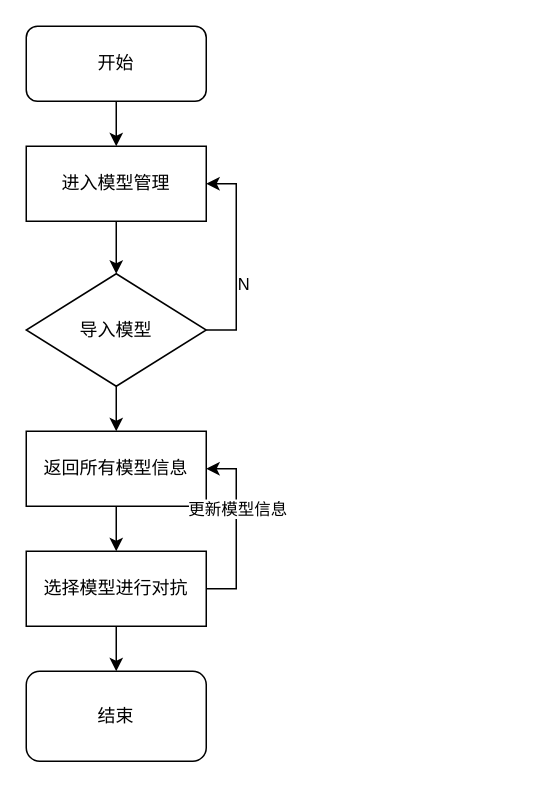
This is Copy of Copy of Untitled Diagram.drawio from goatbjh/draw.io.repos, a draw.io file, before an edit. Source tidied: cells renumbered, new cells numbered last; positions are measured from the earlier drawing's top-left corner, leaving out a move shared by most shapes. Both pictures are drawn from the tidied source at 150%, with x=0, y=0 at pixel (26, 26).
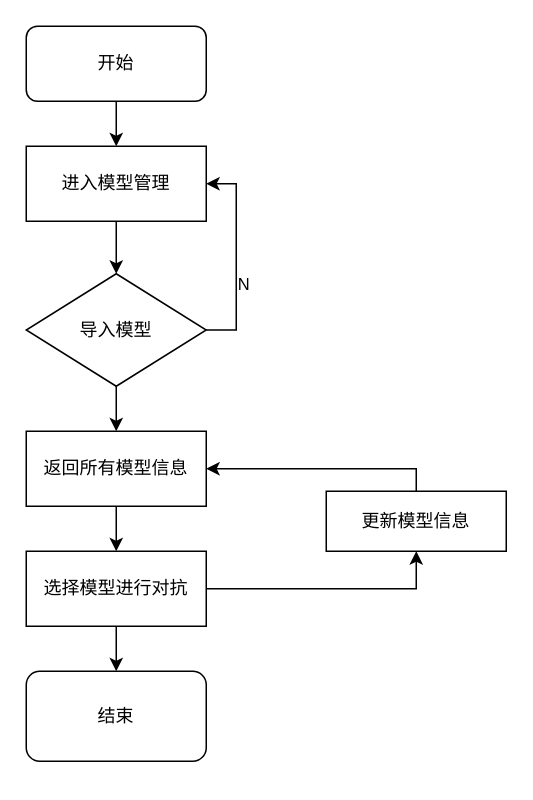
Above is the later version.

The change refers to these unchanged cells:
```xml
<mxCell id="7" value="返回所有模型信息" style="rounded=0;whiteSpace=wrap;html=1;" parent="1" vertex="1">
  <mxGeometry y="270" width="120" height="50" as="geometry" />
</mxCell>
<mxCell id="15" value="选择模型进行对抗" style="rounded=0;whiteSpace=wrap;html=1;" parent="1" vertex="1">
  <mxGeometry y="350" width="120" height="50" as="geometry" />
</mxCell>
```

Change to the diagram source:
```diff
@@
-    <mxCell id="12" style="edgeStyle=orthogonalEdgeStyle;rounded=0;jettySize=auto;html=1;exitX=1;exitY=0.5;exitDx=0;exitDy=0;entryX=1;entryY=0.5;entryDx=0;entryDy=0;" parent="1" edge="1" source="15" target="7">
-      <mxGeometry relative="1" as="geometry" />
-    </mxCell>
-    <mxCell id="13" value="更新模型信息" style="edgeLabel;html=1;align=center;verticalAlign=middle;points=[];" parent="12" vertex="1">
-      <mxGeometry x="0.23" relative="1" as="geometry" />
-    </mxCell>
@@
+    <mxCell id="18" style="edgeStyle=orthogonalEdgeStyle;rounded=0;jettySize=auto;html=1;exitX=1;exitY=0.5;exitDx=0;exitDy=0;entryX=0.5;entryY=1;entryDx=0;entryDy=0;" parent="1" edge="1" source="15" target="13">
+      <mxGeometry relative="1" as="geometry" />
+    </mxCell>
@@
+    <mxCell id="19" style="edgeStyle=orthogonalEdgeStyle;rounded=0;jettySize=auto;html=1;exitX=0.5;exitY=0;exitDx=0;exitDy=0;entryX=1;entryY=0.5;entryDx=0;entryDy=0;" parent="1" edge="1" source="13" target="7">
+      <mxGeometry relative="1" as="geometry">
+        <Array as="points">
+          <mxPoint x="260" y="295" />
+        </Array>
+      </mxGeometry>
+    </mxCell>
+    <mxCell id="13" value="更新模型信息" style="rounded=0;whiteSpace=wrap;html=1;" parent="1" vertex="1">
+      <mxGeometry x="200" y="310" width="120" height="40" as="geometry" />
+    </mxCell>
```
